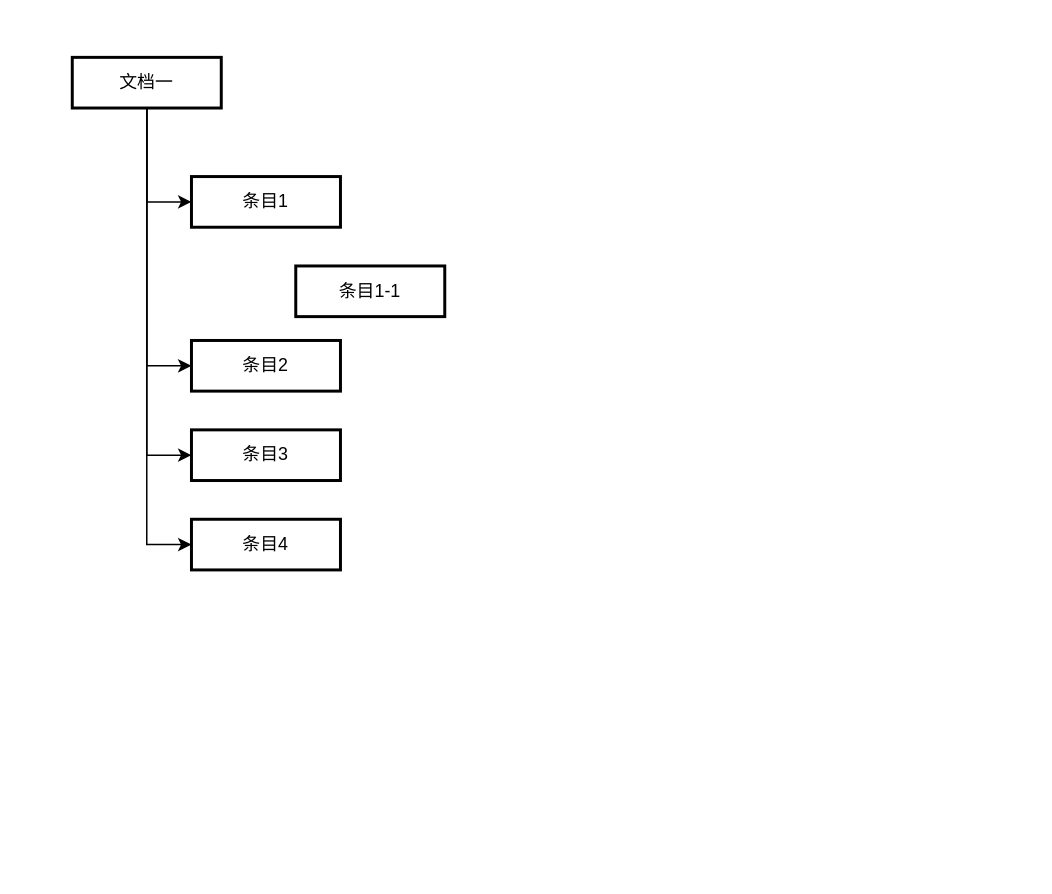
ColinCongDu/chart keeps this draw.io diagram as 多文档关系.drawio. Above is the earlier version. Source tidied: cells renumbered, new cells numbered last; positions are measured from the earlier drawing's top-left corner, leaving out a move shared by most shapes. Both pictures are drawn from the tidied source at 149%, with x=0, y=0 at pixel (72, 57).
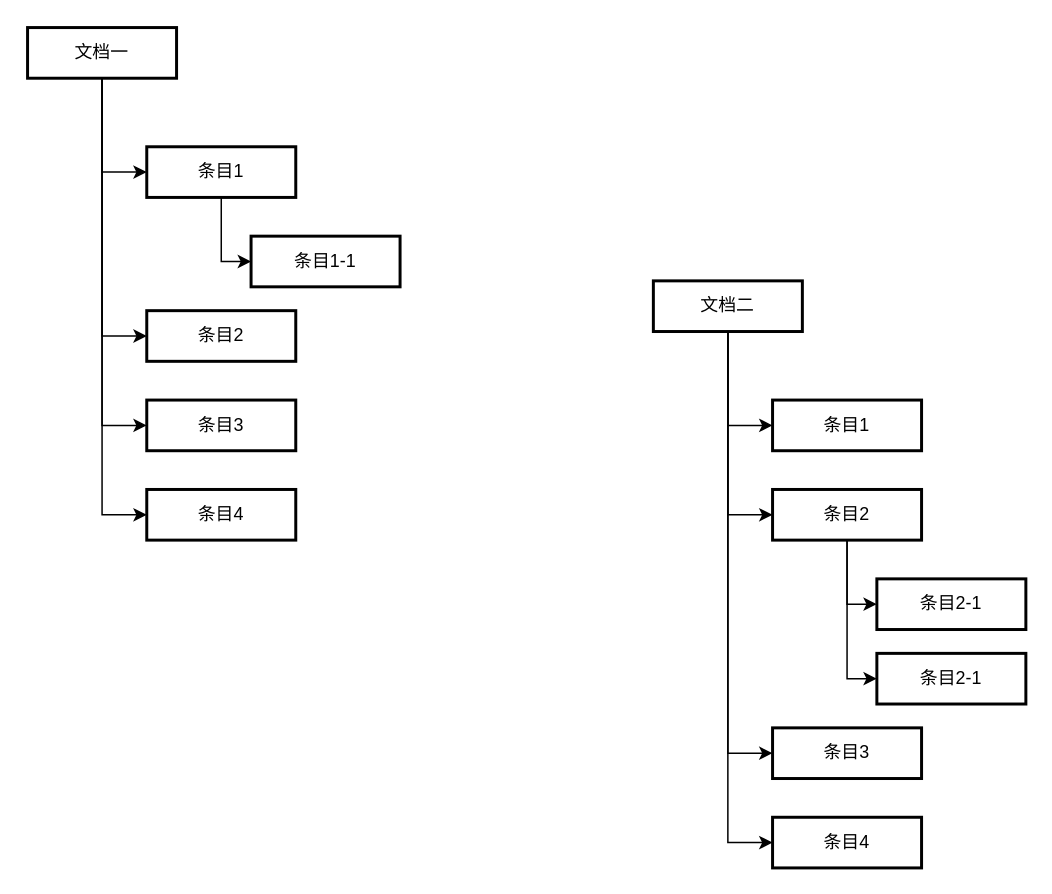
The same diagram, later.

Commit message:
更新多文档关系.drawio

Diff of the diagram source:
```diff
@@
+    <mxCell id="12" style="edgeStyle=orthogonalEdgeStyle;rounded=0;jettySize=auto;html=1;entryX=0;entryY=0.5;entryDx=0;entryDy=0;" parent="1" edge="1" source="16" target="21">
+      <mxGeometry relative="1" as="geometry" />
+    </mxCell>
+    <mxCell id="13" style="edgeStyle=orthogonalEdgeStyle;rounded=0;jettySize=auto;html=1;entryX=0;entryY=0.5;entryDx=0;entryDy=0;" parent="1" edge="1" source="16" target="20">
+      <mxGeometry relative="1" as="geometry" />
+    </mxCell>
+    <mxCell id="14" style="edgeStyle=orthogonalEdgeStyle;rounded=0;jettySize=auto;html=1;entryX=0;entryY=0.5;entryDx=0;entryDy=0;" parent="1" edge="1" source="16" target="17">
+      <mxGeometry relative="1" as="geometry" />
+    </mxCell>
+    <mxCell id="15" style="edgeStyle=orthogonalEdgeStyle;rounded=0;jettySize=auto;html=1;entryX=0;entryY=0.5;entryDx=0;entryDy=0;" parent="1" edge="1" source="16" target="22">
+      <mxGeometry relative="1" as="geometry" />
+    </mxCell>
+    <mxCell id="16" value="文档二" style="whiteSpace=wrap;strokeWidth=2;" parent="1" vertex="1">
+      <mxGeometry x="390" y="150" width="100" height="34" as="geometry" />
+    </mxCell>
+    <mxCell id="17" value="条目1" style="whiteSpace=wrap;strokeWidth=2;" parent="1" vertex="1">
+      <mxGeometry x="470" y="230" width="100" height="34" as="geometry" />
+    </mxCell>
+    <mxCell id="18" style="edgeStyle=orthogonalEdgeStyle;rounded=0;jettySize=auto;html=1;entryX=0;entryY=0.5;entryDx=0;entryDy=0;" parent="1" edge="1" source="20" target="25">
+      <mxGeometry relative="1" as="geometry" />
+    </mxCell>
+    <mxCell id="19" style="edgeStyle=orthogonalEdgeStyle;rounded=0;jettySize=auto;html=1;entryX=0;entryY=0.5;entryDx=0;entryDy=0;" parent="1" edge="1" source="20" target="26">
+      <mxGeometry relative="1" as="geometry" />
+    </mxCell>
+    <mxCell id="20" value="条目2" style="whiteSpace=wrap;strokeWidth=2;" parent="1" vertex="1">
+      <mxGeometry x="470" y="290" width="100" height="34" as="geometry" />
+    </mxCell>
+    <mxCell id="21" value="条目3" style="whiteSpace=wrap;strokeWidth=2;" parent="1" vertex="1">
+      <mxGeometry x="470" y="450" width="100" height="34" as="geometry" />
+    </mxCell>
+    <mxCell id="22" value="条目4" style="whiteSpace=wrap;strokeWidth=2;" parent="1" vertex="1">
+      <mxGeometry x="470" y="510" width="100" height="34" as="geometry" />
+    </mxCell>
+    <mxCell id="23" style="group;" parent="1" vertex="1">
+      <mxGeometry x="-30" y="-20" width="250" height="344" as="geometry" />
+    </mxCell>
-    <mxCell id="2" style="edgeStyle=orthogonalEdgeStyle;rounded=0;jettySize=auto;html=1;entryX=0;entryY=0.5;entryDx=0;entryDy=0;" parent="1" edge="1" source="6" target="9">
+    <mxCell id="2" style="edgeStyle=orthogonalEdgeStyle;rounded=0;jettySize=auto;html=1;entryX=0;entryY=0.5;entryDx=0;entryDy=0;" parent="23" edge="1" source="6" target="9">
       <mxGeometry relative="1" as="geometry" />
     </mxCell>
-    <mxCell id="3" style="edgeStyle=orthogonalEdgeStyle;rounded=0;jettySize=auto;html=1;entryX=0;entryY=0.5;entryDx=0;entryDy=0;" parent="1" edge="1" source="6" target="8">
+    <mxCell id="3" style="edgeStyle=orthogonalEdgeStyle;rounded=0;jettySize=auto;html=1;entryX=0;entryY=0.5;entryDx=0;entryDy=0;" parent="23" edge="1" source="6" target="8">
       <mxGeometry relative="1" as="geometry" />
     </mxCell>
-    <mxCell id="4" style="edgeStyle=orthogonalEdgeStyle;rounded=0;jettySize=auto;html=1;entryX=0;entryY=0.5;entryDx=0;entryDy=0;" parent="1" edge="1" source="6" target="7">
+    <mxCell id="4" style="edgeStyle=orthogonalEdgeStyle;rounded=0;jettySize=auto;html=1;entryX=0;entryY=0.5;entryDx=0;entryDy=0;" parent="23" edge="1" source="6" target="7">
       <mxGeometry relative="1" as="geometry" />
     </mxCell>
-    <mxCell id="5" style="edgeStyle=orthogonalEdgeStyle;rounded=0;jettySize=auto;html=1;entryX=0;entryY=0.5;entryDx=0;entryDy=0;" parent="1" edge="1" source="6" target="10">
+    <mxCell id="5" style="edgeStyle=orthogonalEdgeStyle;rounded=0;jettySize=auto;html=1;entryX=0;entryY=0.5;entryDx=0;entryDy=0;" parent="23" edge="1" source="6" target="10">
       <mxGeometry relative="1" as="geometry" />
     </mxCell>
-    <mxCell id="6" value="文档一" style="whiteSpace=wrap;strokeWidth=2;" parent="1" vertex="1">
+    <mxCell id="6" value="文档一" style="whiteSpace=wrap;strokeWidth=2;" parent="23" vertex="1">
       <mxGeometry width="100" height="34" as="geometry" />
     </mxCell>
+    <mxCell id="24" style="edgeStyle=orthogonalEdgeStyle;rounded=0;jettySize=auto;html=1;entryX=0;entryY=0.5;entryDx=0;entryDy=0;" parent="23" edge="1" source="7" target="11">
+      <mxGeometry relative="1" as="geometry" />
+    </mxCell>
-    <mxCell id="7" value="条目1" style="whiteSpace=wrap;strokeWidth=2;" parent="1" vertex="1">
+    <mxCell id="7" value="条目1" style="whiteSpace=wrap;strokeWidth=2;" parent="23" vertex="1">
       <mxGeometry x="80" y="80" width="100" height="34" as="geometry" />
     </mxCell>
-    <mxCell id="8" value="条目2" style="whiteSpace=wrap;strokeWidth=2;" parent="1" vertex="1">
+    <mxCell id="8" value="条目2" style="whiteSpace=wrap;strokeWidth=2;" parent="23" vertex="1">
       <mxGeometry x="80" y="190" width="100" height="34" as="geometry" />
     </mxCell>
-    <mxCell id="9" value="条目3" style="whiteSpace=wrap;strokeWidth=2;" parent="1" vertex="1">
+    <mxCell id="9" value="条目3" style="whiteSpace=wrap;strokeWidth=2;" parent="23" vertex="1">
       <mxGeometry x="80" y="250" width="100" height="34" as="geometry" />
     </mxCell>
-    <mxCell id="10" value="条目4" style="whiteSpace=wrap;strokeWidth=2;" parent="1" vertex="1">
+    <mxCell id="10" value="条目4" style="whiteSpace=wrap;strokeWidth=2;" parent="23" vertex="1">
       <mxGeometry x="80" y="310" width="100" height="34" as="geometry" />
     </mxCell>
-    <mxCell id="11" value="条目1-1" style="whiteSpace=wrap;strokeWidth=2;" parent="1" vertex="1">
+    <mxCell id="11" value="条目1-1" style="whiteSpace=wrap;strokeWidth=2;" parent="23" vertex="1">
       <mxGeometry x="150" y="140" width="100" height="34" as="geometry" />
     </mxCell>
+    <mxCell id="25" value="条目2-1" style="whiteSpace=wrap;strokeWidth=2;" parent="1" vertex="1">
+      <mxGeometry x="540" y="350" width="100" height="34" as="geometry" />
+    </mxCell>
+    <mxCell id="26" value="条目2-1" style="whiteSpace=wrap;strokeWidth=2;" parent="1" vertex="1">
+      <mxGeometry x="540" y="400" width="100" height="34" as="geometry" />
+    </mxCell>
```
